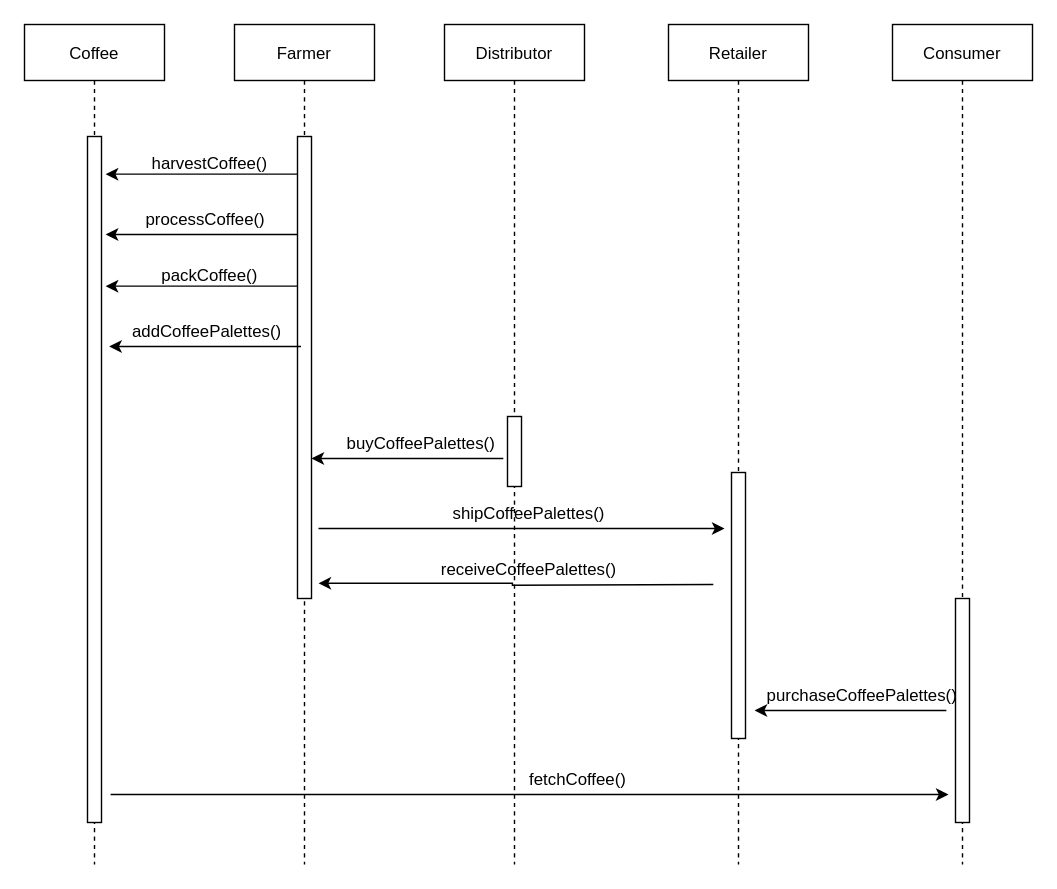
Before: docs/sequence_diagram.drawio in bilou12/dapp-supply-chain-coffee, a draw.io diagram. Source tidied: cells renumbered, new cells numbered last; positions are measured from the earlier drawing's top-left corner, leaving out a move shared by most shapes. Both pictures are drawn from the tidied source at 140%, with x=0, y=0 at pixel (24, 24).
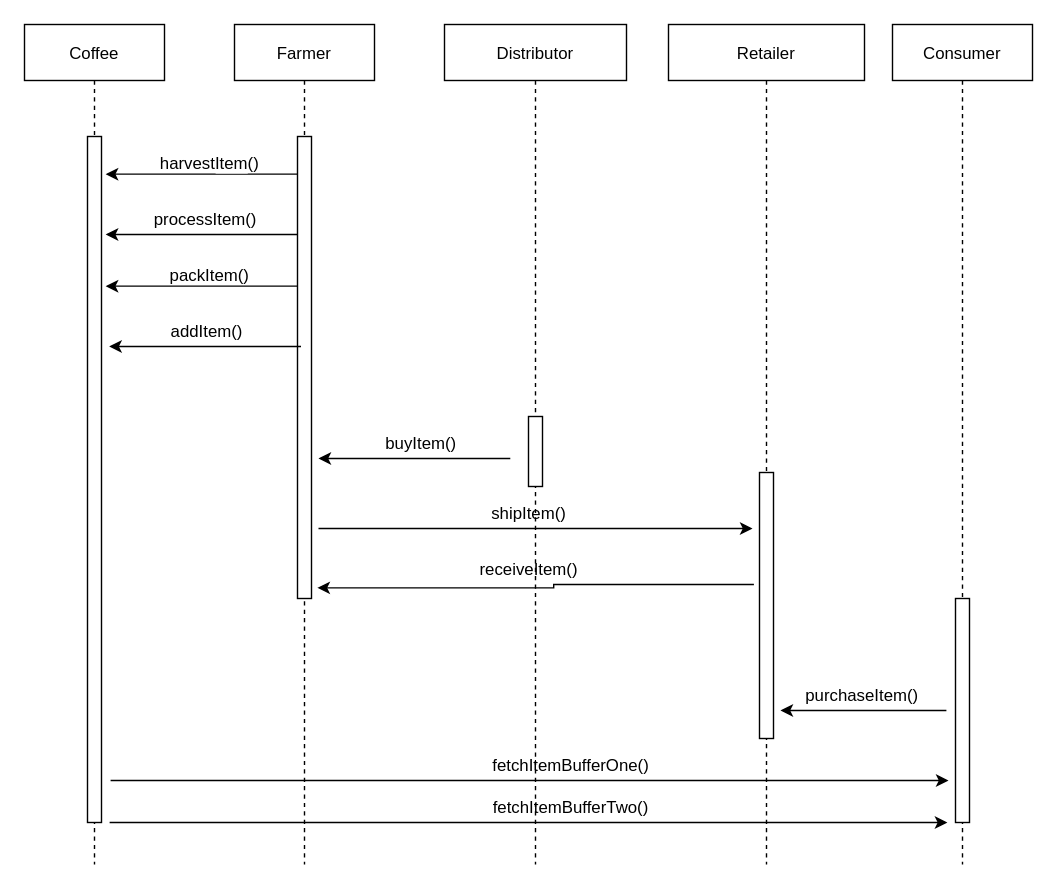
After the change.

Unchanged cells that the change refers to:
```xml
<mxCell id="5" value="Farmer" style="shape=umlLifeline;perimeter=lifelinePerimeter;rounded=0;shadow=0;strokeWidth=1;" parent="1" vertex="1">
  <mxGeometry x="150" width="100" height="600" as="geometry" />
</mxCell>
<mxCell id="6" style="points=[];perimeter=orthogonalPerimeter;rounded=0;shadow=0;strokeWidth=1;" parent="5" vertex="1">
  <mxGeometry x="45" y="80" width="10" height="330" as="geometry" />
</mxCell>
```

Change to the diagram source:
```diff
@@
-    <mxCell id="7" value="processCoffee()" style="text;html=1;align=center;verticalAlign=middle;fillColor=none;strokeColor=none;rounded=0;" parent="5" vertex="1">
-      <mxGeometry x="-71" y="130" width="100" height="20" as="geometry" />
+    <mxCell id="7" value="process&lt;span style=&quot;background-color: rgb(255 , 255 , 255)&quot;&gt;Item&lt;/span&gt;()" style="text;html=1;align=center;verticalAlign=middle;fillColor=none;strokeColor=none;rounded=0;" parent="5" vertex="1">
+      <mxGeometry x="-66" y="130" width="90" height="20" as="geometry" />
     </mxCell>
@@
-    <mxCell id="9" value="packCoffee()" style="text;html=1;align=center;verticalAlign=middle;fillColor=none;strokeColor=none;rounded=0;" parent="5" vertex="1">
-      <mxGeometry x="-58" y="170" width="80" height="20" as="geometry" />
+    <mxCell id="9" value="packItem()" style="text;html=1;align=center;verticalAlign=middle;fillColor=none;strokeColor=none;rounded=0;" parent="5" vertex="1">
+      <mxGeometry x="-53" y="170" width="70" height="20" as="geometry" />
     </mxCell>
@@
-    <mxCell id="11" value="harvestCoffee()" style="text;html=1;align=center;verticalAlign=middle;fillColor=none;strokeColor=none;rounded=0;" parent="5" vertex="1">
-      <mxGeometry x="-68" y="90" width="100" height="20" as="geometry" />
+    <mxCell id="11" value="harvest&lt;span style=&quot;background-color: rgb(255 , 255 , 255)&quot;&gt;Item&lt;/span&gt;()" style="text;html=1;align=center;verticalAlign=middle;fillColor=none;strokeColor=none;rounded=0;" parent="5" vertex="1">
+      <mxGeometry x="-63" y="90" width="90" height="20" as="geometry" />
     </mxCell>
-    <mxCell id="12" style="edgeStyle=orthogonalEdgeStyle;rounded=0;orthogonalLoop=1;jettySize=auto;html=1;entryX=1.1;entryY=0.056;entryDx=0;entryDy=0;entryPerimeter=0;exitX=-0.2;exitY=0.056;exitDx=0;exitDy=0;exitPerimeter=0;" parent="5" edge="1">
-      <mxGeometry relative="1" as="geometry">
-        <mxPoint x="192" y="310" as="sourcePoint" />
-        <mxPoint x="55" y="310" as="targetPoint" />
-      </mxGeometry>
-    </mxCell>
-    <mxCell id="13" style="endArrow=classic;html=1;rounded=0;" parent="5" edge="1">
-      <mxGeometry relative="1" as="geometry">
-        <mxPoint x="-88.5" y="550" as="sourcePoint" />
-        <mxPoint x="510" y="550" as="targetPoint" />
-      </mxGeometry>
-    </mxCell>
     <mxCell id="14" value="Distributor" style="shape=umlLifeline;perimeter=lifelinePerimeter;rounded=0;shadow=0;strokeWidth=1;" parent="1" vertex="1">
-      <mxGeometry x="300" width="100" height="600" as="geometry" />
+      <mxGeometry x="300" width="130" height="600" as="geometry" />
     </mxCell>
     <mxCell id="15" style="perimeter=orthogonalPerimeter;rounded=0;shadow=0;strokeWidth=1;" parent="14" vertex="1">
-      <mxGeometry x="45" y="280" width="10" height="50" as="geometry" />
+      <mxGeometry x="60" y="280" width="10" height="50" as="geometry" />
     </mxCell>
-    <mxCell id="16" value="fetchCoffee()" style="text;html=1;align=center;verticalAlign=middle;fillColor=none;strokeColor=none;rounded=0;" parent="14" vertex="1">
-      <mxGeometry x="55" y="530" width="80" height="20" as="geometry" />
+    <mxCell id="16" value="fetchItemBufferOne()" style="text;html=1;align=center;verticalAlign=middle;fillColor=none;strokeColor=none;rounded=0;" parent="14" vertex="1">
+      <mxGeometry x="25" y="520" width="130" height="20" as="geometry" />
     </mxCell>
-    <mxCell id="17" value="receiveCoffeePalettes()" style="text;html=1;align=center;verticalAlign=middle;fillColor=none;strokeColor=none;rounded=0;" parent="14" vertex="1">
-      <mxGeometry x="-10" y="380" width="140" height="20" as="geometry" />
+    <mxCell id="17" value="receiveItem()" style="text;html=1;align=center;verticalAlign=middle;fillColor=none;strokeColor=none;rounded=0;" parent="14" vertex="1">
+      <mxGeometry x="15" y="380" width="90" height="20" as="geometry" />
     </mxCell>
-    <mxCell id="18" style="edgeStyle=orthogonalEdgeStyle;rounded=0;jettySize=auto;html=1;exitX=-0.2;exitY=0.056;exitDx=0;exitDy=0;exitPerimeter=0;entryX=1.5;entryY=0.967;entryDx=0;entryDy=0;entryPerimeter=0;" parent="14" edge="1" target="6">
-      <mxGeometry relative="1" as="geometry">
-        <mxPoint x="192" y="400" as="sourcePoint" />
-      </mxGeometry>
-    </mxCell>
-    <mxCell id="19" value="shipCoffeePalettes()" style="text;html=1;align=center;verticalAlign=middle;fillColor=none;strokeColor=none;rounded=0;" parent="14" vertex="1">
-      <mxGeometry y="340" width="120" height="20" as="geometry" />
+    <mxCell id="19" value="shipItem()" style="text;html=1;align=center;verticalAlign=middle;fillColor=none;strokeColor=none;rounded=0;" parent="14" vertex="1">
+      <mxGeometry x="25" y="340" width="70" height="20" as="geometry" />
     </mxCell>
+    <mxCell id="30" style="endArrow=classic;html=1;rounded=0;" parent="14" edge="1">
+      <mxGeometry relative="1" as="geometry">
+        <mxPoint x="-239.2" y="570" as="sourcePoint" />
+        <mxPoint x="359.2" y="570" as="targetPoint" />
+      </mxGeometry>
+    </mxCell>
+    <mxCell id="31" value="fetchItemBufferTwo()" style="text;html=1;align=center;verticalAlign=middle;fillColor=none;strokeColor=none;rounded=0;" parent="14" vertex="1">
+      <mxGeometry x="25" y="550" width="130" height="20" as="geometry" />
+    </mxCell>
+    <mxCell id="12" style="edgeStyle=orthogonalEdgeStyle;rounded=0;orthogonalLoop=1;jettySize=auto;html=1;entryX=1.1;entryY=0.056;entryDx=0;entryDy=0;entryPerimeter=0;exitX=-0.2;exitY=0.056;exitDx=0;exitDy=0;exitPerimeter=0;" parent="14" edge="1">
+      <mxGeometry relative="1" as="geometry">
+        <mxPoint x="47" y="310" as="sourcePoint" />
+        <mxPoint x="-90" y="310" as="targetPoint" />
+      </mxGeometry>
+    </mxCell>
     <mxCell id="20" value="Retailer" style="shape=umlLifeline;perimeter=lifelinePerimeter;rounded=0;shadow=0;strokeWidth=1;" parent="1" vertex="1">
-      <mxGeometry x="460" width="100" height="600" as="geometry" />
+      <mxGeometry x="460" width="140" height="600" as="geometry" />
     </mxCell>
     <mxCell id="21" style="perimeter=orthogonalPerimeter;rounded=0;shadow=0;strokeWidth=1;" parent="20" vertex="1">
-      <mxGeometry x="45" y="320" width="10" height="190" as="geometry" />
+      <mxGeometry x="65" y="320" width="10" height="190" as="geometry" />
     </mxCell>
-    <mxCell id="22" value="purchaseCoffeePalettes()" style="text;html=1;align=center;verticalAlign=middle;fillColor=none;strokeColor=none;rounded=0;" parent="20" vertex="1">
-      <mxGeometry x="62.5" y="470" width="150" height="20" as="geometry" />
+    <mxCell id="22" value="purchaseItem()" style="text;html=1;align=center;verticalAlign=middle;fillColor=none;strokeColor=none;rounded=0;" parent="20" vertex="1">
+      <mxGeometry x="87.5" y="470" width="100" height="20" as="geometry" />
     </mxCell>
-    <mxCell id="23" style="edgeStyle=orthogonalEdgeStyle;rounded=0;orthogonalLoop=1;jettySize=auto;html=1;entryX=1.1;entryY=0.056;entryDx=0;entryDy=0;entryPerimeter=0;exitX=-0.2;exitY=0.056;exitDx=0;exitDy=0;exitPerimeter=0;" parent="20" edge="1">
+    <mxCell id="23" style="edgeStyle=orthogonalEdgeStyle;rounded=0;orthogonalLoop=1;jettySize=auto;html=1;exitX=-0.2;exitY=0.056;exitDx=0;exitDy=0;exitPerimeter=0;" parent="20" edge="1">
       <mxGeometry relative="1" as="geometry">
         <mxPoint x="198.5" y="490" as="sourcePoint" />
-        <mxPoint x="61.5" y="490" as="targetPoint" />
+        <mxPoint x="80" y="490" as="targetPoint" />
       </mxGeometry>
     </mxCell>
+    <mxCell id="13" style="endArrow=classic;html=1;rounded=0;" parent="20" edge="1">
+      <mxGeometry relative="1" as="geometry">
+        <mxPoint x="-398.5" y="540" as="sourcePoint" />
+        <mxPoint x="200" y="540" as="targetPoint" />
+      </mxGeometry>
+    </mxCell>
-    <mxCell id="24" value="buyCoffeePalettes()" style="text;html=1;align=center;verticalAlign=middle;fillColor=none;strokeColor=none;rounded=0;" parent="1" vertex="1">
-      <mxGeometry x="222.5" y="290" width="120" height="20" as="geometry" />
+    <mxCell id="24" value="buyItem()" style="text;html=1;align=center;verticalAlign=middle;fillColor=none;strokeColor=none;rounded=0;" parent="1" vertex="1">
+      <mxGeometry x="247.5" y="290" width="70" height="20" as="geometry" />
     </mxCell>
@@
-    <mxCell id="27" value="addCoffeePalettes()" style="text;html=1;align=center;verticalAlign=middle;fillColor=none;strokeColor=none;rounded=0;" parent="1" vertex="1">
-      <mxGeometry x="70" y="210" width="120" height="20" as="geometry" />
+    <mxCell id="27" value="addItem()" style="text;html=1;align=center;verticalAlign=middle;fillColor=none;strokeColor=none;rounded=0;" parent="1" vertex="1">
+      <mxGeometry x="95" y="210" width="70" height="20" as="geometry" />
     </mxCell>
@@
     <mxCell id="29" style="endArrow=classic;html=1;rounded=0;" parent="1" edge="1">
       <mxGeometry relative="1" as="geometry">
         <mxPoint x="210" y="360" as="sourcePoint" />
-        <mxPoint x="500" y="360" as="targetPoint" />
+        <mxPoint x="520" y="360" as="targetPoint" />
       </mxGeometry>
     </mxCell>
+    <mxCell id="18" style="edgeStyle=orthogonalEdgeStyle;rounded=0;jettySize=auto;html=1;exitX=-0.2;exitY=0.056;exitDx=0;exitDy=0;exitPerimeter=0;entryX=1.42;entryY=0.977;entryDx=0;entryDy=0;entryPerimeter=0;" parent="1" edge="1" target="6">
+      <mxGeometry relative="1" as="geometry">
+        <mxPoint x="521" y="400" as="sourcePoint" />
+        <Array as="points">
+          <mxPoint x="378" y="400" />
+          <mxPoint x="378" y="402" />
+        </Array>
+      </mxGeometry>
+    </mxCell>
```
